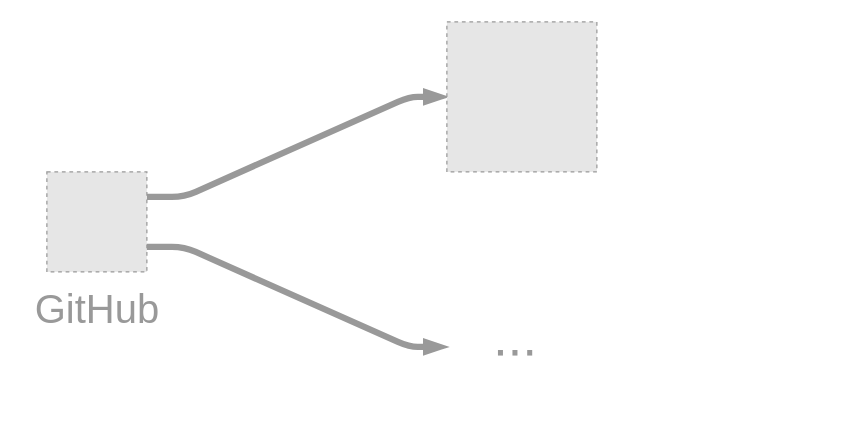
The draw.io diagram docs/images/autolink.drawio in jefeish/github-best-practices-demo, before the edit. Source tidied: cells renumbered, new cells numbered last; positions are measured from the earlier drawing's top-left corner, leaving out a move shared by most shapes. Both pictures are drawn from the tidied source at 125%, with x=0, y=0 at pixel (21, 21). Pictures stored in the file or linked from it are replaced by grey dashed boxes.
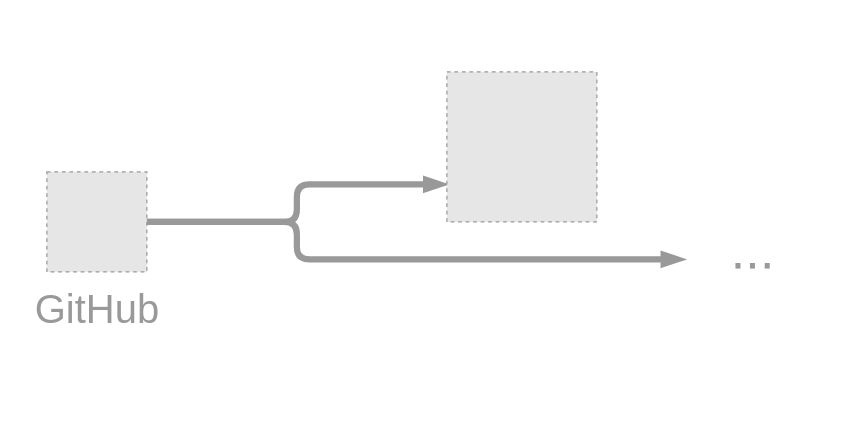
The same page after the edit.

Diff of the diagram source:
```diff
@@
 <mxGraphModel>
   <root>
     <mxCell id="0" />
     <mxCell id="1" parent="0" />
-    <mxCell id="2" style="edgeStyle=entityRelationEdgeStyle;jettySize=auto;html=1;fontSize=32;fontColor=#999999;endArrow=blockThin;endFill=1;strokeWidth=5;strokeColor=#999999;exitX=1;exitY=0.25;exitDx=0;exitDy=0;" parent="1" edge="1" source="3" target="5">
+    <mxCell id="2" style="jettySize=auto;html=1;fontSize=32;fontColor=#999999;endArrow=blockThin;endFill=1;strokeWidth=5;strokeColor=#999999;exitX=1;exitY=0.5;exitDx=0;exitDy=0;edgeStyle=orthogonalEdgeStyle;entryX=0;entryY=0.75;entryDx=0;entryDy=0;" parent="1" edge="1" source="3" target="5">
       <mxGeometry relative="1" as="geometry" />
     </mxCell>
     <mxCell id="3" style="fillColor=#E6E6E6;strokeColor=#999999;dashed=1;verticalLabelPosition=bottom;verticalAlign=top;" parent="1" vertex="1">
       <mxGeometry x="20" y="120" width="80" height="80" as="geometry" />
     </mxCell>
     <mxCell id="4" value="GitHub" style="text;html=1;align=center;verticalAlign=middle;fontSize=32;fontColor=#999999;" parent="1" vertex="1">
       <mxGeometry y="210" width="120" height="40" as="geometry" />
     </mxCell>
     <mxCell id="5" style="fillColor=#E6E6E6;strokeColor=#999999;dashed=1;verticalLabelPosition=bottom;labelBackgroundColor=#ffffff;verticalAlign=top;" parent="1" vertex="1">
-      <mxGeometry x="340" width="120" height="120" as="geometry" />
+      <mxGeometry x="340" y="40" width="120" height="120" as="geometry" />
     </mxCell>
     <mxCell id="6" value="..." style="text;html=1;strokeColor=none;fillColor=none;align=center;verticalAlign=bottom;whiteSpace=wrap;rounded=0;fontSize=42;fontColor=#999999;rotation=-180;" parent="1" vertex="1">
-      <mxGeometry x="340" y="250" width="110" height="20" as="geometry" />
+      <mxGeometry x="530" y="180" width="110" height="20" as="geometry" />
     </mxCell>
-    <mxCell id="7" style="edgeStyle=entityRelationEdgeStyle;jettySize=auto;html=1;fontSize=32;fontColor=#999999;endArrow=blockThin;endFill=1;strokeWidth=5;strokeColor=#999999;exitX=1;exitY=0.75;exitDx=0;exitDy=0;" parent="1" edge="1" source="3" target="6">
-      <mxGeometry relative="1" as="geometry" />
+    <mxCell id="7" style="jettySize=auto;html=1;fontSize=32;fontColor=#999999;endArrow=blockThin;endFill=1;strokeWidth=5;strokeColor=#999999;exitX=1;exitY=0.5;exitDx=0;exitDy=0;edgeStyle=orthogonalEdgeStyle;" parent="1" edge="1" source="3" target="6">
+      <mxGeometry relative="1" as="geometry">
+        <Array as="points">
+          <mxPoint x="220" y="160" />
+          <mxPoint x="220" y="190" />
+        </Array>
+      </mxGeometry>
     </mxCell>
   </root>
 </mxGraphModel>
```
